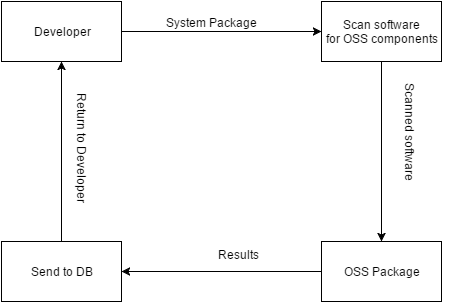
Sindre-s/MIADW keeps this draw.io diagram as DFD.png. Above is the earlier version. Source tidied: cells renumbered, new cells last; positions are measured from the earlier drawing's top-left corner, leaving out a move shared by most shapes.
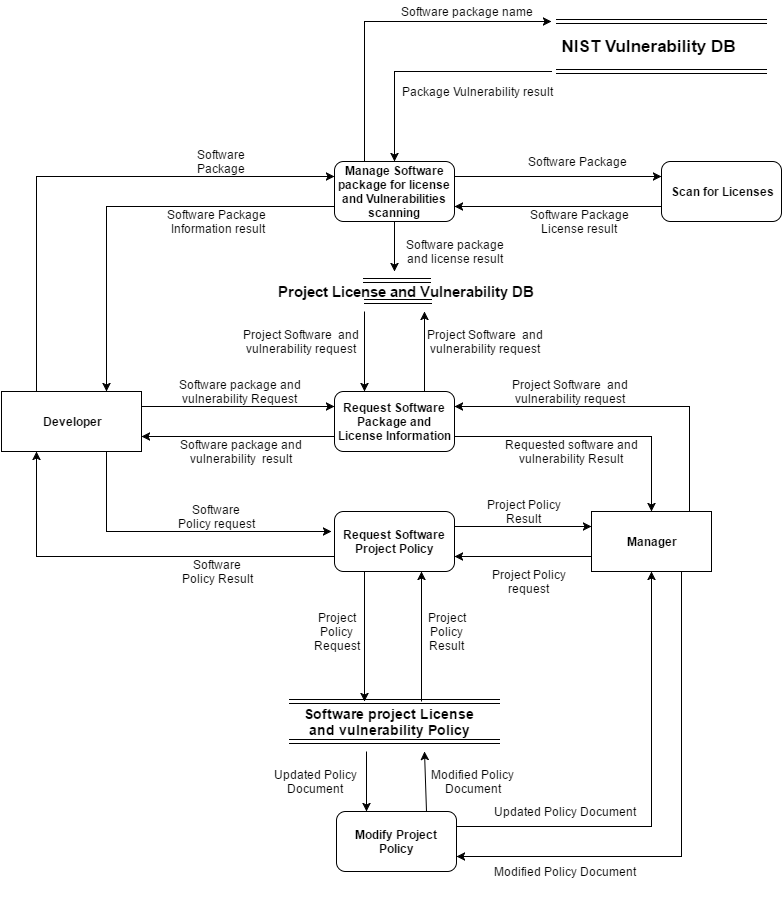
After the change.

The edit, as a diff of the source:
```diff
@@ -2,43 +2,291 @@
   <root>
     <mxCell id="0" />
     <mxCell id="1" parent="0" />
-    <mxCell id="2" style="edgeStyle=none;rounded=0;html=1;jettySize=auto;" parent="1" edge="1" source="4" target="6">
-      <mxGeometry relative="1" as="geometry" />
-    </mxCell>
-    <mxCell id="3" value="System Package" style="text;html=1;points=[];align=center;verticalAlign=middle;labelBackgroundColor=#ffffff;" parent="2" vertex="1">
-      <mxGeometry x="-0.19" y="-4" relative="1" as="geometry">
-        <mxPoint x="9" y="-14" as="offset" />
-      </mxGeometry>
-    </mxCell>
+    <mxCell id="8" style="edgeStyle=none;rounded=0;html=1;exitX=0.25;exitY=0;entryX=0;entryY=0.25;jettySize=auto;" parent="1" edge="1" source="4" target="6">
+      <mxGeometry relative="1" as="geometry">
+        <Array as="points">
+          <mxPoint x="-5" y="75" />
+        </Array>
+      </mxGeometry>
+    </mxCell>
+    <mxCell id="14" style="edgeStyle=none;rounded=0;html=1;exitX=1;exitY=0.25;entryX=0;entryY=0.25;jettySize=auto;" parent="1" edge="1" source="4" target="9">
+      <mxGeometry relative="1" as="geometry" />
+    </mxCell>
+    <mxCell id="15" style="edgeStyle=none;rounded=0;html=1;exitX=0.75;exitY=1;jettySize=auto;" parent="1" edge="1" source="4">
+      <mxGeometry relative="1" as="geometry">
+        <mxPoint x="290" y="430" as="targetPoint" />
+        <Array as="points">
+          <mxPoint x="65" y="430" />
+        </Array>
+      </mxGeometry>
+    </mxCell>
-    <mxCell id="4" value="Developer" style="whiteSpace=wrap;html=1;" parent="1" vertex="1">
-      <mxGeometry width="120" height="60" as="geometry" />
+    <mxCell id="4" value="&lt;b&gt;Developer&lt;/b&gt;" style="whiteSpace=wrap;html=1;" parent="1" vertex="1">
+      <mxGeometry x="-40" y="290" width="140" height="60" as="geometry" />
     </mxCell>
-    <mxCell id="5" style="edgeStyle=none;rounded=0;html=1;jettySize=auto;" parent="1" edge="1" source="6" target="8">
-      <mxGeometry relative="1" as="geometry" />
+    <mxCell id="5" style="edgeStyle=none;rounded=0;html=1;exitX=0;exitY=0.75;entryX=0.75;entryY=0;jettySize=auto;" parent="1" edge="1" source="6" target="4">
+      <mxGeometry relative="1" as="geometry">
+        <Array as="points">
+          <mxPoint x="65" y="105" />
+        </Array>
+      </mxGeometry>
     </mxCell>
+    <mxCell id="11" style="edgeStyle=none;rounded=0;html=1;exitX=1;exitY=0.25;entryX=0;entryY=0.25;jettySize=auto;" parent="1" edge="1" source="6" target="3">
+      <mxGeometry relative="1" as="geometry" />
+    </mxCell>
+    <mxCell id="13" style="edgeStyle=none;rounded=0;html=1;entryX=0.25;entryY=0;jettySize=auto;" parent="1" edge="1" target="9">
+      <mxGeometry relative="1" as="geometry">
+        <mxPoint x="323" y="210" as="sourcePoint" />
+      </mxGeometry>
+    </mxCell>
+    <mxCell id="16" style="edgeStyle=none;rounded=0;html=1;exitX=0.25;exitY=0;jettySize=auto;" parent="1" edge="1" source="6">
+      <mxGeometry relative="1" as="geometry">
+        <mxPoint x="510" y="-80" as="targetPoint" />
+        <Array as="points">
+          <mxPoint x="323" y="-80" />
+        </Array>
+      </mxGeometry>
+    </mxCell>
+    <mxCell id="17" style="edgeStyle=none;rounded=0;html=1;jettySize=auto;entryX=0.5;entryY=0;" parent="1" edge="1" target="6">
+      <mxGeometry relative="1" as="geometry">
+        <mxPoint x="510" y="-30" as="sourcePoint" />
+        <Array as="points">
+          <mxPoint x="353" y="-30" />
+        </Array>
+      </mxGeometry>
+    </mxCell>
+    <mxCell id="18" style="edgeStyle=none;shape=link;rounded=0;html=1;jettySize=auto;orthogonalLoop=1;strokeColor=#000000;" parent="1" edge="1">
+      <mxGeometry relative="1" as="geometry">
+        <mxPoint x="390" y="200" as="sourcePoint" />
+        <mxPoint x="323" y="200" as="targetPoint" />
+      </mxGeometry>
+    </mxCell>
+    <mxCell id="19" style="edgeStyle=none;rounded=0;html=1;exitX=0.5;exitY=1;jettySize=auto;strokeColor=#000000;" parent="1" edge="1" source="6">
+      <mxGeometry relative="1" as="geometry">
+        <mxPoint x="353" y="170" as="targetPoint" />
+      </mxGeometry>
+    </mxCell>
-    <mxCell id="6" value="Scan software&lt;div&gt;for OSS components&lt;/div&gt;" style="whiteSpace=wrap;html=1;" parent="1" vertex="1">
-      <mxGeometry x="320" width="120" height="60" as="geometry" />
+    <mxCell id="6" value="&lt;b&gt;Manage Software package for license and Vulnerabilities scanning&lt;/b&gt;" style="rounded=1;whiteSpace=wrap;html=1;" parent="1" vertex="1">
+      <mxGeometry x="293" y="60" width="120" height="60" as="geometry" />
     </mxCell>
+    <mxCell id="20" style="edgeStyle=none;rounded=0;html=1;exitX=0.817;exitY=-0.017;entryX=1;entryY=0.25;jettySize=auto;exitPerimeter=0;" parent="1" edge="1" source="2" target="9">
+      <mxGeometry relative="1" as="geometry">
+        <Array as="points">
+          <mxPoint x="648" y="305" />
+        </Array>
+      </mxGeometry>
+    </mxCell>
+    <mxCell id="21" style="edgeStyle=none;rounded=0;html=1;exitX=0;exitY=0.75;entryX=1;entryY=0.75;jettySize=auto;" parent="1" edge="1" source="2" target="39">
+      <mxGeometry relative="1" as="geometry" />
+    </mxCell>
+    <mxCell id="22" style="edgeStyle=none;rounded=0;html=1;exitX=0.75;exitY=1;entryX=1;entryY=0.75;jettySize=auto;" parent="1" edge="1" source="2" target="42">
+      <mxGeometry relative="1" as="geometry">
+        <Array as="points">
+          <mxPoint x="640" y="755" />
+        </Array>
+      </mxGeometry>
+    </mxCell>
+    <mxCell id="2" value="&lt;b&gt;Manager&lt;/b&gt;" style="whiteSpace=wrap;html=1;" parent="1" vertex="1">
+      <mxGeometry x="550" y="410" width="120" height="60" as="geometry" />
+    </mxCell>
-    <mxCell id="7" style="edgeStyle=none;rounded=0;html=1;jettySize=auto;" parent="1" edge="1" source="8" target="10">
+    <mxCell id="7" style="edgeStyle=none;rounded=0;html=1;exitX=0;exitY=0.75;entryX=1;entryY=0.75;jettySize=auto;" parent="1" edge="1" source="3" target="6">
       <mxGeometry relative="1" as="geometry" />
     </mxCell>
-    <mxCell id="8" value="&lt;div&gt;OSS Package&lt;/div&gt;" style="whiteSpace=wrap;html=1;" parent="1" vertex="1">
-      <mxGeometry x="320" y="240" width="120" height="60" as="geometry" />
-    </mxCell>
+    <mxCell id="3" value="&lt;b&gt;Scan for Licenses&lt;/b&gt;" style="rounded=1;whiteSpace=wrap;html=1;" parent="1" vertex="1">
+      <mxGeometry x="620" y="60" width="120" height="60" as="geometry" />
+    </mxCell>
+    <mxCell id="23" style="edgeStyle=none;rounded=0;html=1;exitX=0.75;exitY=0;jettySize=auto;" parent="1" edge="1" source="9">
+      <mxGeometry relative="1" as="geometry">
+        <mxPoint x="383" y="210" as="targetPoint" />
+      </mxGeometry>
+    </mxCell>
+    <mxCell id="24" style="edgeStyle=none;rounded=0;html=1;exitX=1;exitY=0.75;entryX=0.5;entryY=0;jettySize=auto;" parent="1" edge="1" source="9" target="2">
+      <mxGeometry relative="1" as="geometry">
+        <Array as="points">
+          <mxPoint x="610" y="335" />
+        </Array>
+      </mxGeometry>
+    </mxCell>
+    <mxCell id="25" style="edgeStyle=none;rounded=0;html=1;exitX=0;exitY=0.75;entryX=1;entryY=0.75;jettySize=auto;" parent="1" edge="1" source="9" target="4">
+      <mxGeometry relative="1" as="geometry" />
+    </mxCell>
-    <mxCell id="9" style="edgeStyle=none;rounded=0;html=1;jettySize=auto;entryX=0.5;entryY=1;" parent="1" edge="1" source="10" target="4">
-      <mxGeometry relative="1" as="geometry" />
+    <mxCell id="9" value="&lt;b&gt;Request Software Package and License Information&lt;/b&gt;" style="rounded=1;whiteSpace=wrap;html=1;" parent="1" vertex="1">
+      <mxGeometry x="293" y="290" width="120" height="60" as="geometry" />
     </mxCell>
-    <mxCell id="10" value="Send to DB" style="whiteSpace=wrap;html=1;" parent="1" vertex="1">
-      <mxGeometry y="240" width="120" height="60" as="geometry" />
-    </mxCell>
-    <mxCell id="11" value="Scanned software" style="text;html=1;align=left;verticalAlign=top;spacingTop=-4;rotation=90;" parent="1" vertex="1">
-      <mxGeometry x="353" y="125" width="110" height="20" as="geometry" />
-    </mxCell>
-    <mxCell id="12" value="Results" style="text;html=1;align=left;verticalAlign=top;spacingTop=-4;" parent="1" vertex="1">
-      <mxGeometry x="215" y="244" width="60" height="20" as="geometry" />
-    </mxCell>
-    <mxCell id="13" value="Return to Developer" style="text;html=1;align=left;verticalAlign=top;spacingTop=-4;rotation=90;" parent="1" vertex="1">
-      <mxGeometry x="15" y="145" width="130" height="20" as="geometry" />
-    </mxCell>
+    <mxCell id="26" value="Software Package" style="text;html=1;strokeColor=none;fillColor=none;align=center;verticalAlign=middle;whiteSpace=wrap;" parent="1" vertex="1">
+      <mxGeometry x="130" y="50" width="100" height="20" as="geometry" />
+    </mxCell>
+    <mxCell id="27" value="Software Package" style="text;html=1;strokeColor=none;fillColor=none;align=center;verticalAlign=middle;whiteSpace=wrap;" parent="1" vertex="1">
+      <mxGeometry x="481" y="50" width="108" height="20" as="geometry" />
+    </mxCell>
+    <mxCell id="28" value="Software Package License result" style="text;html=1;strokeColor=none;fillColor=none;align=center;verticalAlign=middle;whiteSpace=wrap;" parent="1" vertex="1">
+      <mxGeometry x="483" y="110" width="110" height="20" as="geometry" />
+    </mxCell>
+    <mxCell id="29" value="Project Software &amp;nbsp;and vulnerability request" style="text;html=1;strokeColor=none;fillColor=none;align=center;verticalAlign=middle;whiteSpace=wrap;rotation=0;" parent="1" vertex="1">
+      <mxGeometry x="357" y="230" width="173" height="20" as="geometry" />
+    </mxCell>
+    <mxCell id="30" value="Project Software &amp;nbsp;and vulnerability request" style="text;html=1;strokeColor=none;fillColor=none;align=center;verticalAlign=middle;whiteSpace=wrap;rotation=0;" parent="1" vertex="1">
+      <mxGeometry x="199" y="230" width="122" height="20" as="geometry" />
+    </mxCell>
+    <mxCell id="31" value="Software package and license result" style="text;html=1;strokeColor=none;fillColor=none;align=center;verticalAlign=middle;whiteSpace=wrap;rotation=0;" parent="1" vertex="1">
+      <mxGeometry x="357" y="140" width="113" height="20" as="geometry" />
+    </mxCell>
+    <mxCell id="32" value="Software Package &amp;nbsp;Information result" style="text;html=1;strokeColor=none;fillColor=none;align=center;verticalAlign=middle;whiteSpace=wrap;" parent="1" vertex="1">
+      <mxGeometry x="120" y="110" width="110" height="20" as="geometry" />
+    </mxCell>
+    <mxCell id="33" value="Project Software &amp;nbsp;and vulnerability request" style="text;html=1;strokeColor=none;fillColor=none;align=center;verticalAlign=middle;whiteSpace=wrap;" parent="1" vertex="1">
+      <mxGeometry x="469" y="280" width="120" height="20" as="geometry" />
+    </mxCell>
+    <mxCell id="34" value="Requested software and vulnerability Result" style="text;html=1;strokeColor=none;fillColor=none;align=center;verticalAlign=middle;whiteSpace=wrap;" parent="1" vertex="1">
+      <mxGeometry x="460" y="340" width="140" height="20" as="geometry" />
+    </mxCell>
+    <mxCell id="35" style="edgeStyle=none;rounded=0;html=1;exitX=1;exitY=0.25;entryX=0;entryY=0.25;jettySize=auto;" parent="1" edge="1" source="39" target="2">
+      <mxGeometry relative="1" as="geometry" />
+    </mxCell>
+    <mxCell id="36" style="edgeStyle=none;rounded=0;html=1;entryX=0.25;entryY=0;jettySize=auto;" parent="1" edge="1" target="42">
+      <mxGeometry relative="1" as="geometry">
+        <mxPoint x="325" y="650" as="sourcePoint" />
+      </mxGeometry>
+    </mxCell>
+    <mxCell id="37" style="edgeStyle=none;rounded=0;html=1;exitX=0;exitY=0.75;entryX=0.25;entryY=1;jettySize=auto;" parent="1" edge="1" source="39" target="4">
+      <mxGeometry relative="1" as="geometry">
+        <Array as="points">
+          <mxPoint x="-5" y="455" />
+        </Array>
+      </mxGeometry>
+    </mxCell>
+    <mxCell id="38" style="edgeStyle=none;rounded=0;html=1;exitX=0.25;exitY=1;jettySize=auto;strokeColor=#000000;" parent="1" edge="1" source="39">
+      <mxGeometry relative="1" as="geometry">
+        <mxPoint x="323" y="600" as="targetPoint" />
+      </mxGeometry>
+    </mxCell>
+    <mxCell id="39" value="&lt;b&gt;Request Software Project Policy&lt;/b&gt;" style="rounded=1;whiteSpace=wrap;html=1;" parent="1" vertex="1">
+      <mxGeometry x="293" y="410" width="120" height="60" as="geometry" />
+    </mxCell>
+    <mxCell id="40" style="edgeStyle=none;rounded=0;html=1;exitX=1;exitY=0.25;entryX=0.5;entryY=1;jettySize=auto;" parent="1" edge="1" source="42" target="2">
+      <mxGeometry relative="1" as="geometry">
+        <Array as="points">
+          <mxPoint x="610" y="725" />
+        </Array>
+      </mxGeometry>
+    </mxCell>
+    <mxCell id="41" style="edgeStyle=none;rounded=0;html=1;exitX=0.75;exitY=0;jettySize=auto;" parent="1" edge="1" source="42">
+      <mxGeometry relative="1" as="geometry">
+        <mxPoint x="383" y="650" as="targetPoint" />
+      </mxGeometry>
+    </mxCell>
+    <mxCell id="42" value="&lt;b&gt;Modify Project Policy&lt;/b&gt;" style="rounded=1;whiteSpace=wrap;html=1;" parent="1" vertex="1">
+      <mxGeometry x="295" y="710" width="120" height="60" as="geometry" />
+    </mxCell>
+    <mxCell id="43" style="edgeStyle=none;rounded=0;html=1;exitX=0.75;exitY=1;entryX=0.75;entryY=1;jettySize=auto;orthogonalLoop=1;" parent="1" edge="1" source="39" target="39">
+      <mxGeometry relative="1" as="geometry" />
+    </mxCell>
+    <mxCell id="44" value="Software package and vulnerability Request" style="text;html=1;strokeColor=none;fillColor=none;align=center;verticalAlign=middle;whiteSpace=wrap;" parent="1" vertex="1">
+      <mxGeometry x="136" y="280" width="125" height="20" as="geometry" />
+    </mxCell>
+    <mxCell id="45" value="Software package and vulnerability &amp;nbsp;result" style="text;html=1;strokeColor=none;fillColor=none;align=center;verticalAlign=middle;whiteSpace=wrap;" parent="1" vertex="1">
+      <mxGeometry x="135" y="340" width="130" height="20" as="geometry" />
+    </mxCell>
+    <mxCell id="46" value="Project Policy request" style="text;html=1;strokeColor=none;fillColor=none;align=center;verticalAlign=middle;whiteSpace=wrap;" parent="1" vertex="1">
+      <mxGeometry x="440" y="470" width="95" height="20" as="geometry" />
+    </mxCell>
+    <mxCell id="47" value="Project Policy Result" style="text;html=1;strokeColor=none;fillColor=none;align=center;verticalAlign=middle;whiteSpace=wrap;" parent="1" vertex="1">
+      <mxGeometry x="440" y="400" width="85" height="20" as="geometry" />
+    </mxCell>
+    <mxCell id="48" value="Modified Policy Document" style="text;html=1;strokeColor=none;fillColor=none;align=center;verticalAlign=middle;whiteSpace=wrap;" parent="1" vertex="1">
+      <mxGeometry x="448" y="760" width="150" height="20" as="geometry" />
+    </mxCell>
+    <mxCell id="49" value="Updated Policy Document" style="text;html=1;strokeColor=none;fillColor=none;align=center;verticalAlign=middle;whiteSpace=wrap;" parent="1" vertex="1">
+      <mxGeometry x="443" y="700" width="160" height="20" as="geometry" />
+    </mxCell>
+    <mxCell id="50" value="Software Policy Result" style="text;html=1;strokeColor=none;fillColor=none;align=center;verticalAlign=middle;whiteSpace=wrap;" parent="1" vertex="1">
+      <mxGeometry x="136" y="460" width="80" height="20" as="geometry" />
+    </mxCell>
+    <mxCell id="51" value="Software Policy request" style="text;html=1;strokeColor=none;fillColor=none;align=center;verticalAlign=middle;whiteSpace=wrap;" parent="1" vertex="1">
+      <mxGeometry x="135" y="405" width="80" height="20" as="geometry" />
+    </mxCell>
+    <mxCell id="52" value="Updated Policy Document" style="text;html=1;strokeColor=none;fillColor=none;align=center;verticalAlign=middle;whiteSpace=wrap;rotation=0;" parent="1" vertex="1">
+      <mxGeometry x="215" y="670" width="118" height="20" as="geometry" />
+    </mxCell>
+    <mxCell id="53" value="Modified Policy Document" style="text;html=1;strokeColor=none;fillColor=none;align=center;verticalAlign=middle;whiteSpace=wrap;rotation=0;" parent="1" vertex="1">
+      <mxGeometry x="375" y="670" width="113" height="20" as="geometry" />
+    </mxCell>
+    <mxCell id="54" style="edgeStyle=none;rounded=0;html=1;exitX=0.5;exitY=1;entryX=0.5;entryY=1;jettySize=auto;orthogonalLoop=1;" parent="1" edge="1" source="46" target="46">
+      <mxGeometry relative="1" as="geometry" />
+    </mxCell>
+    <mxCell id="55" style="endArrow=classic;html=1;shape=link;strokeColor=#000000;" parent="1" edge="1">
+      <mxGeometry relative="1" as="geometry">
+        <mxPoint x="515" y="-30" as="sourcePoint" />
+        <mxPoint x="725" y="-30" as="targetPoint" />
+        <Array as="points">
+          <mxPoint x="620" y="-30" />
+        </Array>
+      </mxGeometry>
+    </mxCell>
+    <mxCell id="56" style="endArrow=classic;html=1;shape=link;strokeColor=#000000;" parent="1" edge="1">
+      <mxGeometry x="575" y="80" as="geometry">
+        <mxPoint x="515" y="-80" as="sourcePoint" />
+        <mxPoint x="725" y="-80" as="targetPoint" />
+      </mxGeometry>
+    </mxCell>
+    <mxCell id="57" value="&lt;b&gt;&lt;font style=&quot;font-size: 17px&quot;&gt;NIST Vulnerability DB&lt;/font&gt;&lt;/b&gt;" style="text;html=1;strokeColor=none;fillColor=none;align=center;verticalAlign=middle;whiteSpace=wrap;" parent="1" vertex="1">
+      <mxGeometry x="505" y="-70" width="205" height="30" as="geometry" />
+    </mxCell>
+    <mxCell id="58" value="Software package name" style="text;html=1;strokeColor=none;fillColor=none;align=center;verticalAlign=middle;whiteSpace=wrap;" parent="1" vertex="1">
+      <mxGeometry x="355" y="-100" width="140" height="20" as="geometry" />
+    </mxCell>
+    <mxCell id="59" value="Package Vulnerability result" style="text;html=1;strokeColor=none;fillColor=none;align=center;verticalAlign=middle;whiteSpace=wrap;" parent="1" vertex="1">
+      <mxGeometry x="353" y="-20" width="165" height="20" as="geometry" />
+    </mxCell>
+    <mxCell id="60" style="edgeStyle=none;shape=link;rounded=0;html=1;exitX=0.5;exitY=1;jettySize=auto;orthogonalLoop=1;strokeColor=#000000;" parent="1" edge="1" source="48" target="48">
+      <mxGeometry relative="1" as="geometry" />
+    </mxCell>
+    <mxCell id="61" style="endArrow=classic;html=1;shape=link;strokeColor=#000000;" parent="1" edge="1">
+      <mxGeometry x="308" y="760" as="geometry">
+        <mxPoint x="248" y="600" as="sourcePoint" />
+        <mxPoint x="458" y="600" as="targetPoint" />
+        <Array as="points">
+          <mxPoint x="353" y="600" />
+        </Array>
+      </mxGeometry>
+    </mxCell>
+    <mxCell id="62" style="endArrow=classic;html=1;shape=link;strokeColor=#000000;" parent="1" edge="1">
+      <mxGeometry x="308" y="800" as="geometry">
+        <mxPoint x="248" y="640" as="sourcePoint" />
+        <mxPoint x="458" y="640" as="targetPoint" />
+        <Array as="points">
+          <mxPoint x="353" y="640" />
+        </Array>
+      </mxGeometry>
+    </mxCell>
+    <mxCell id="63" value="&lt;b&gt;&lt;font style=&quot;font-size: 14px&quot;&gt;Software project License and vulnerability Policy&lt;/font&gt;&lt;/b&gt;" style="text;html=1;strokeColor=none;fillColor=none;align=center;verticalAlign=middle;whiteSpace=wrap;" parent="1" vertex="1">
+      <mxGeometry x="253" y="610" width="190" height="20" as="geometry" />
+    </mxCell>
+    <mxCell id="64" style="endArrow=classic;html=1;strokeColor=#000000;" parent="1" edge="1">
+      <mxGeometry relative="1" as="geometry">
+        <mxPoint x="380" y="600" as="sourcePoint" />
+        <mxPoint x="380" y="470" as="targetPoint" />
+      </mxGeometry>
+    </mxCell>
+    <mxCell id="65" value="Project Policy Request" style="text;html=1;strokeColor=none;fillColor=none;align=center;verticalAlign=middle;whiteSpace=wrap;" parent="1" vertex="1">
+      <mxGeometry x="275" y="520" width="40" height="20" as="geometry" />
+    </mxCell>
+    <mxCell id="66" value="Project Policy Result" style="text;html=1;strokeColor=none;fillColor=none;align=center;verticalAlign=middle;whiteSpace=wrap;" parent="1" vertex="1">
+      <mxGeometry x="385" y="520" width="40" height="20" as="geometry" />
+    </mxCell>
+    <mxCell id="67" value="&lt;b&gt;&lt;font style=&quot;font-size: 15px&quot;&gt;Project License and Vulnerability DB&lt;/font&gt;&lt;/b&gt;" style="text;html=1;strokeColor=none;fillColor=none;align=center;verticalAlign=middle;whiteSpace=wrap;" parent="1" vertex="1">
+      <mxGeometry x="230" y="180" width="270" height="20" as="geometry" />
+    </mxCell>
+    <mxCell id="68" style="edgeStyle=none;shape=link;rounded=0;html=1;jettySize=auto;orthogonalLoop=1;strokeColor=#000000;" parent="1" edge="1">
+      <mxGeometry x="382" y="339" as="geometry">
+        <mxPoint x="389" y="179" as="sourcePoint" />
+        <mxPoint x="322" y="179" as="targetPoint" />
+        <Array as="points">
+          <mxPoint x="360" y="179" />
+        </Array>
+      </mxGeometry>
+    </mxCell>
+    <mxCell id="69" style="edgeStyle=none;rounded=0;html=1;exitX=0.5;exitY=1;jettySize=auto;orthogonalLoop=1;strokeColor=#000000;" parent="1" edge="1" source="30" target="30">
+      <mxGeometry relative="1" as="geometry" />
+    </mxCell>
   </root>
 </mxGraphModel>
```
